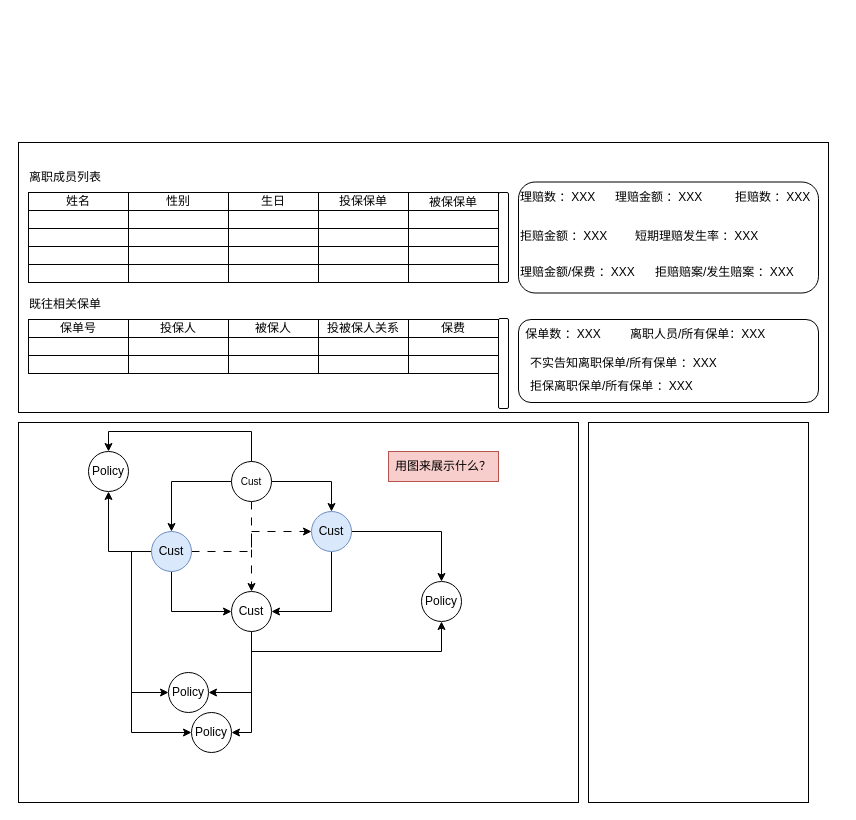
Above: page "紧密客群-离职售卖" (8 of 8) of 友邦/ux.drawio in XiaoLiuAI/diagrams (draw.io), before the change. Source tidied: cells renumbered, new cells numbered last; positions are measured from the earlier drawing's top-left corner, leaving out a move shared by most shapes. Both pictures are drawn from the tidied source at 100%, with x=0, y=0 at pixel (18, 142).
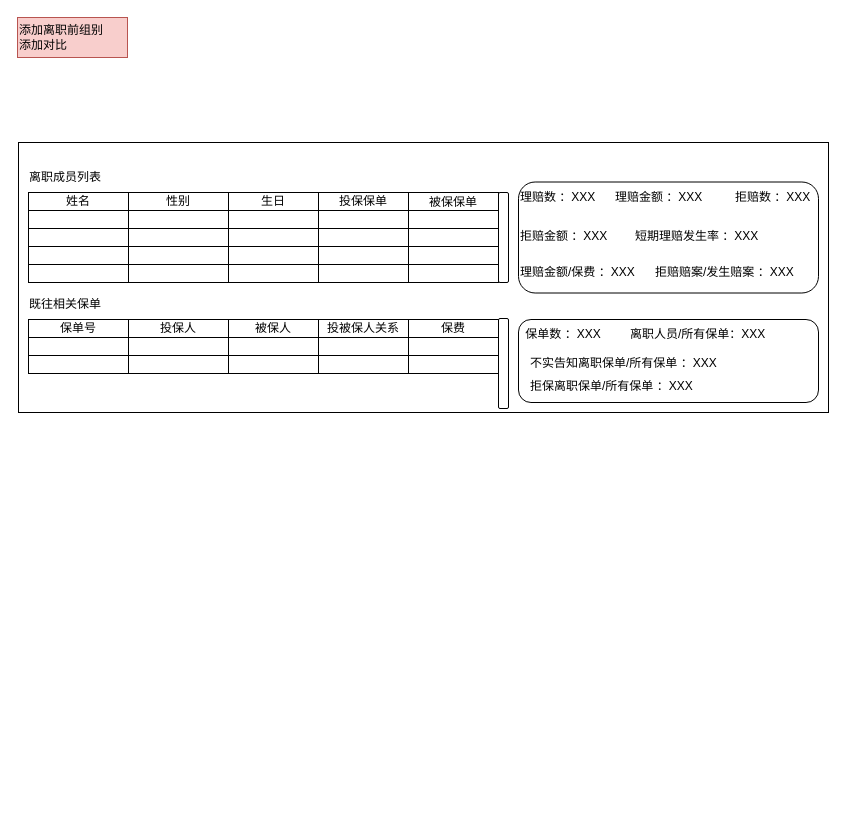
The same diagram, later.

Diff of the diagram source:
```diff
@@
-    <mxCell id="2" style="rounded=0;whiteSpace=wrap;html=1;" parent="1" vertex="1">
-      <mxGeometry y="280" width="560" height="380" as="geometry" />
-    </mxCell>
-    <mxCell id="3" style="edgeStyle=orthogonalEdgeStyle;rounded=0;jettySize=auto;html=1;exitX=0;exitY=0.5;exitDx=0;exitDy=0;" parent="1" edge="1" source="6" target="12">
-      <mxGeometry relative="1" as="geometry" />
-    </mxCell>
-    <mxCell id="4" style="edgeStyle=orthogonalEdgeStyle;rounded=0;jettySize=auto;html=1;exitX=1;exitY=0.5;exitDx=0;exitDy=0;" parent="1" edge="1" source="6" target="16">
-      <mxGeometry relative="1" as="geometry" />
-    </mxCell>
-    <mxCell id="5" style="edgeStyle=orthogonalEdgeStyle;rounded=0;jettySize=auto;html=1;exitX=0.5;exitY=1;exitDx=0;exitDy=0;entryX=0.5;entryY=0;entryDx=0;entryDy=0;dashed=1;dashPattern=8 8;" parent="1" edge="1" source="6" target="20">
-      <mxGeometry relative="1" as="geometry" />
-    </mxCell>
-    <mxCell id="6" value="&lt;font style=&quot;font-size: 10px;&quot;&gt;Cust&lt;br&gt;&lt;/font&gt;" style="ellipse;whiteSpace=wrap;html=1;" parent="1" vertex="1">
-      <mxGeometry x="213" y="319" width="40" height="40" as="geometry" />
-    </mxCell>
-    <mxCell id="7" style="edgeStyle=orthogonalEdgeStyle;rounded=0;jettySize=auto;html=1;exitX=0.5;exitY=1;exitDx=0;exitDy=0;entryX=0;entryY=0.5;entryDx=0;entryDy=0;" parent="1" edge="1" source="12" target="20">
-      <mxGeometry relative="1" as="geometry" />
-    </mxCell>
-    <mxCell id="8" style="edgeStyle=orthogonalEdgeStyle;rounded=0;jettySize=auto;html=1;exitX=0;exitY=0.5;exitDx=0;exitDy=0;entryX=0;entryY=0.5;entryDx=0;entryDy=0;" parent="1" edge="1" source="12" target="22">
-      <mxGeometry relative="1" as="geometry" />
-    </mxCell>
-    <mxCell id="9" style="edgeStyle=orthogonalEdgeStyle;rounded=0;jettySize=auto;html=1;exitX=0;exitY=0.5;exitDx=0;exitDy=0;entryX=0;entryY=0.5;entryDx=0;entryDy=0;" parent="1" edge="1" source="12" target="23">
-      <mxGeometry relative="1" as="geometry" />
-    </mxCell>
-    <mxCell id="10" style="edgeStyle=orthogonalEdgeStyle;rounded=0;jettySize=auto;html=1;exitX=0;exitY=0.5;exitDx=0;exitDy=0;" parent="1" edge="1" source="12" target="25">
-      <mxGeometry relative="1" as="geometry" />
-    </mxCell>
-    <mxCell id="11" style="edgeStyle=orthogonalEdgeStyle;rounded=0;jettySize=auto;html=1;exitX=1;exitY=0.5;exitDx=0;exitDy=0;dashed=1;dashPattern=8 8;" parent="1" edge="1" source="12" target="16">
-      <mxGeometry relative="1" as="geometry" />
-    </mxCell>
-    <mxCell id="12" value="Cust" style="ellipse;whiteSpace=wrap;html=1;fillColor=#dae8fc;strokeColor=#6C8EBF;" parent="1" vertex="1">
-      <mxGeometry x="133" y="389" width="40" height="40" as="geometry" />
-    </mxCell>
-    <mxCell id="13" style="rounded=0;whiteSpace=wrap;html=1;" parent="1" vertex="1">
-      <mxGeometry x="570" y="280" width="220" height="380" as="geometry" />
-    </mxCell>
-    <mxCell id="14" style="edgeStyle=orthogonalEdgeStyle;rounded=0;jettySize=auto;html=1;exitX=0.5;exitY=1;exitDx=0;exitDy=0;entryX=1;entryY=0.5;entryDx=0;entryDy=0;" parent="1" edge="1" source="16" target="20">
-      <mxGeometry relative="1" as="geometry" />
-    </mxCell>
-    <mxCell id="15" style="edgeStyle=orthogonalEdgeStyle;rounded=0;jettySize=auto;html=1;exitX=1;exitY=0.5;exitDx=0;exitDy=0;entryX=0.5;entryY=0;entryDx=0;entryDy=0;" parent="1" edge="1" source="16" target="21">
-      <mxGeometry relative="1" as="geometry" />
-    </mxCell>
-    <mxCell id="16" value="Cust" style="ellipse;whiteSpace=wrap;html=1;fillColor=#dae8fc;strokeColor=#6c8ebf;" parent="1" vertex="1">
-      <mxGeometry x="293" y="369" width="40" height="40" as="geometry" />
-    </mxCell>
-    <mxCell id="17" style="edgeStyle=orthogonalEdgeStyle;rounded=0;jettySize=auto;html=1;exitX=0.5;exitY=1;exitDx=0;exitDy=0;entryX=0.5;entryY=1;entryDx=0;entryDy=0;" parent="1" edge="1" source="20" target="21">
-      <mxGeometry relative="1" as="geometry" />
-    </mxCell>
-    <mxCell id="18" style="edgeStyle=orthogonalEdgeStyle;rounded=0;jettySize=auto;html=1;exitX=0.5;exitY=1;exitDx=0;exitDy=0;entryX=1;entryY=0.5;entryDx=0;entryDy=0;" parent="1" edge="1" source="20" target="22">
-      <mxGeometry relative="1" as="geometry" />
-    </mxCell>
-    <mxCell id="19" style="edgeStyle=orthogonalEdgeStyle;rounded=0;jettySize=auto;html=1;exitX=0.5;exitY=1;exitDx=0;exitDy=0;entryX=1;entryY=0.5;entryDx=0;entryDy=0;" parent="1" edge="1" source="20" target="23">
-      <mxGeometry relative="1" as="geometry" />
-    </mxCell>
-    <mxCell id="20" value="Cust" style="ellipse;whiteSpace=wrap;html=1;" parent="1" vertex="1">
-      <mxGeometry x="213" y="449" width="40" height="40" as="geometry" />
-    </mxCell>
-    <mxCell id="21" value="Policy" style="ellipse;whiteSpace=wrap;html=1;" parent="1" vertex="1">
-      <mxGeometry x="403" y="439" width="40" height="40" as="geometry" />
-    </mxCell>
-    <mxCell id="22" value="Policy" style="ellipse;whiteSpace=wrap;html=1;" parent="1" vertex="1">
-      <mxGeometry x="173" y="570" width="40" height="40" as="geometry" />
-    </mxCell>
-    <mxCell id="23" value="Policy" style="ellipse;whiteSpace=wrap;html=1;" parent="1" vertex="1">
-      <mxGeometry x="150" y="530" width="40" height="40" as="geometry" />
-    </mxCell>
-    <mxCell id="24" style="edgeStyle=orthogonalEdgeStyle;rounded=0;jettySize=auto;html=1;exitX=0.5;exitY=0;exitDx=0;exitDy=0;entryX=0.5;entryY=0;entryDx=0;entryDy=0;startArrow=classic;startFill=1;endArrow=none;endFill=0;" parent="1" edge="1" source="25" target="6">
-      <mxGeometry relative="1" as="geometry" />
-    </mxCell>
-    <mxCell id="25" value="Policy" style="ellipse;whiteSpace=wrap;html=1;" parent="1" vertex="1">
-      <mxGeometry x="70" y="309" width="40" height="40" as="geometry" />
-    </mxCell>
@@
-    <mxCell id="92" value="用图来展示什么？" style="text;html=1;strokeColor=#b85450;fillColor=#f8cecc;align=center;verticalAlign=middle;whiteSpace=wrap;rounded=0;" parent="1" vertex="1">
-      <mxGeometry x="370" y="309" width="110" height="30" as="geometry" />
-    </mxCell>
+    <mxCell id="93" value="添加离职前组别&lt;br&gt;添加对比" style="text;html=1;align=left;verticalAlign=middle;strokeColor=#b85450;fillColor=#f8cecc;" parent="1" vertex="1">
+      <mxGeometry x="-1" y="-125" width="110" height="40" as="geometry" />
+    </mxCell>
```
